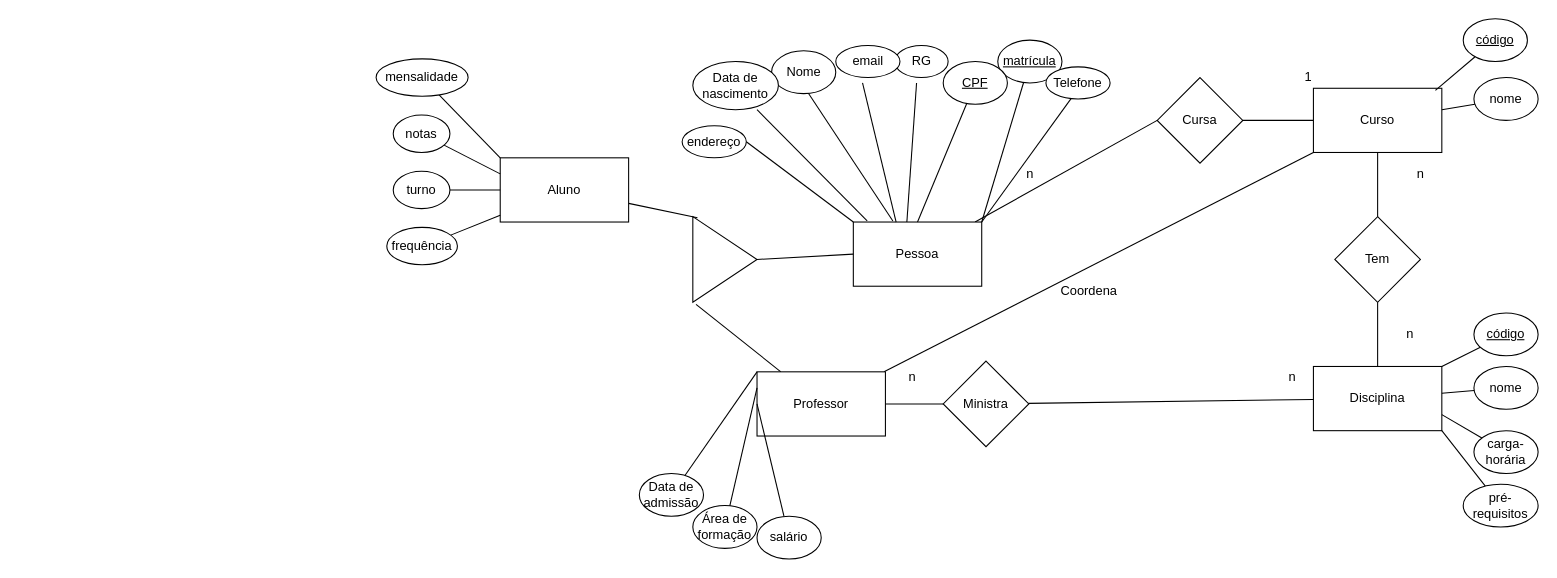
This is diagramas/Diagrama sem nome.drawio from ana-clara-candida/mdc053, a draw.io file, before an edit. Source tidied: cells renumbered, new cells numbered last; positions are measured from the earlier drawing's top-left corner, leaving out a move shared by most shapes. Both pictures are drawn from the tidied source at 107%, with x=0, y=0 at pixel (376, 18).
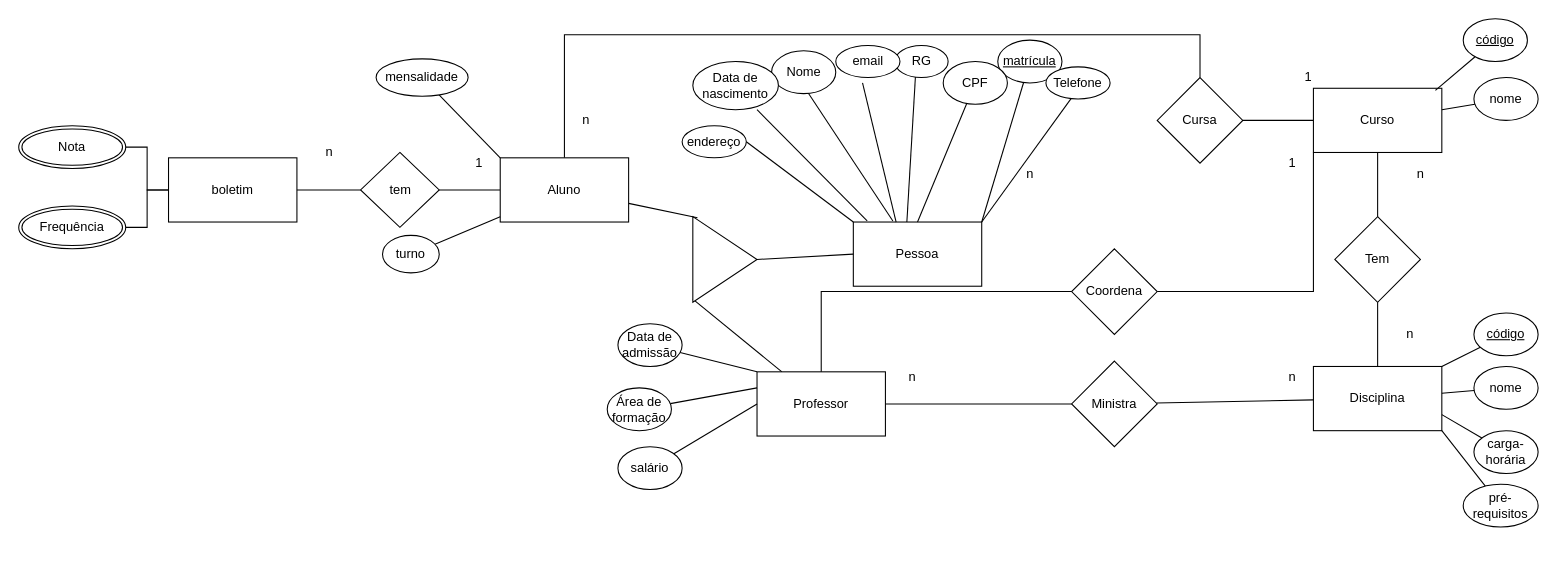
After the change.

Unchanged cells that the change refers to:
```xml
<mxCell id="4" value="Pessoa" style="rounded=0;whiteSpace=wrap;html=1;" parent="1" vertex="1">
  <mxGeometry x="446" y="190" width="120" height="60" as="geometry" />
</mxCell>
<mxCell id="13" value="RG" style="ellipse;whiteSpace=wrap;html=1;direction=west;" parent="1" vertex="1">
  <mxGeometry x="484.6" y="25" width="50" height="30" as="geometry" />
</mxCell>
<mxCell id="15" value="Cursa" style="rhombus;whiteSpace=wrap;html=1;" parent="1" vertex="1">
  <mxGeometry x="730" y="55" width="80" height="80" as="geometry" />
</mxCell>
<mxCell id="17" value="Curso" style="rounded=0;whiteSpace=wrap;html=1;" parent="1" vertex="1">
  <mxGeometry x="876" y="65" width="120" height="60" as="geometry" />
</mxCell>
<mxCell id="39" value="Professor" style="rounded=0;whiteSpace=wrap;html=1;" parent="1" vertex="1">
  <mxGeometry x="356" y="330" width="120" height="60" as="geometry" />
</mxCell>
<mxCell id="50" style="triangle;whiteSpace=wrap;html=1;" parent="1" vertex="1">
  <mxGeometry x="296" y="185" width="60" height="80" as="geometry" />
</mxCell>
<mxCell id="59" value="Aluno" style="rounded=0;whiteSpace=wrap;html=1;" parent="1" vertex="1">
  <mxGeometry x="116" y="130" width="120" height="60" as="geometry" />
</mxCell>
```

The edit, as a diff of the source:
```diff
@@
-    <mxCell id="3" style="edgeStyle=none;rounded=0;jettySize=auto;html=1;entryX=0;entryY=0.5;entryDx=0;entryDy=0;endArrow=none;endFill=0;" parent="1" edge="1" source="4" target="15">
-      <mxGeometry relative="1" as="geometry" />
-    </mxCell>
@@
-    <mxCell id="10" value="&lt;u&gt;CPF&lt;/u&gt;" style="ellipse;whiteSpace=wrap;html=1;direction=west;" parent="1" vertex="1">
+    <mxCell id="10" value="CPF" style="ellipse;whiteSpace=wrap;html=1;direction=west;" parent="1" vertex="1">
       <mxGeometry x="530" y="40" width="60" height="40" as="geometry" />
     </mxCell>
@@
-    <mxCell id="12" style="edgeStyle=none;rounded=0;jettySize=auto;html=1;endArrow=none;endFill=0;entryX=0.417;entryY=0;entryDx=0;entryDy=0;entryPerimeter=0;" parent="1" edge="1" target="4">
-      <mxGeometry relative="1" as="geometry">
-        <mxPoint x="505.1" y="60" as="sourcePoint" />
-      </mxGeometry>
+    <mxCell id="12" style="edgeStyle=none;rounded=0;jettySize=auto;html=1;endArrow=none;endFill=0;entryX=0.417;entryY=0;entryDx=0;entryDy=0;entryPerimeter=0;exitX=0.611;exitY=0.033;exitDx=0;exitDy=0;exitPerimeter=0;" parent="1" edge="1" source="13" target="4">
+      <mxGeometry relative="1" as="geometry" />
     </mxCell>
@@
     <mxCell id="35" value="Ministra" style="rhombus;whiteSpace=wrap;html=1;" parent="1" vertex="1">
-      <mxGeometry x="530" y="320" width="80" height="80" as="geometry" />
+      <mxGeometry x="650" y="320" width="80" height="80" as="geometry" />
     </mxCell>
-    <mxCell id="36" style="edgeStyle=none;rounded=0;jettySize=auto;html=1;endArrow=none;endFill=0;entryX=0.05;entryY=1.025;entryDx=0;entryDy=0;entryPerimeter=0;" parent="1" edge="1" source="39" target="50">
+    <mxCell id="36" style="edgeStyle=none;rounded=0;jettySize=auto;html=1;endArrow=none;endFill=0;entryX=0;entryY=0.963;entryDx=0;entryDy=0;entryPerimeter=0;" parent="1" edge="1" source="39" target="50">
       <mxGeometry relative="1" as="geometry" />
     </mxCell>
@@
-    <mxCell id="38" style="rounded=0;jettySize=auto;html=1;entryX=0;entryY=1;entryDx=0;entryDy=0;endArrow=none;endFill=0;" parent="1" edge="1" source="39" target="17">
-      <mxGeometry relative="1" as="geometry" />
-    </mxCell>
@@
     <mxCell id="53" value="Área de formação" style="ellipse;whiteSpace=wrap;html=1;direction=west;" parent="1" vertex="1">
-      <mxGeometry x="296" y="455" width="60" height="40" as="geometry" />
+      <mxGeometry x="216" y="345" width="60" height="40" as="geometry" />
     </mxCell>
@@
     <mxCell id="55" value="&lt;div&gt;salário&lt;br&gt;&lt;/div&gt;" style="ellipse;whiteSpace=wrap;html=1;direction=west;" parent="1" vertex="1">
-      <mxGeometry x="356" y="465" width="60" height="40" as="geometry" />
+      <mxGeometry x="226" y="400" width="60" height="40" as="geometry" />
     </mxCell>
@@
     <mxCell id="57" value="Data de admissão" style="ellipse;whiteSpace=wrap;html=1;direction=west;" parent="1" vertex="1">
-      <mxGeometry x="246" y="425" width="60" height="40" as="geometry" />
+      <mxGeometry x="226" y="285" width="60" height="40" as="geometry" />
     </mxCell>
@@
+    <mxCell id="70" style="edgeStyle=orthogonalEdgeStyle;rounded=0;jettySize=auto;html=1;entryX=0.5;entryY=0;entryDx=0;entryDy=0;endArrow=none;endFill=0;strokeColor=default;" parent="1" edge="1" source="59" target="15">
+      <mxGeometry relative="1" as="geometry">
+        <Array as="points">
+          <mxPoint x="176" y="15" />
+          <mxPoint x="770" y="15" />
+        </Array>
+      </mxGeometry>
+    </mxCell>
+    <mxCell id="71" style="edgeStyle=orthogonalEdgeStyle;rounded=0;jettySize=auto;html=1;strokeColor=default;endArrow=none;endFill=0;" parent="1" edge="1" source="59" target="80">
+      <mxGeometry relative="1" as="geometry" />
+    </mxCell>
@@
-    <mxCell id="61" style="edgeStyle=none;rounded=0;jettySize=auto;html=1;entryX=0;entryY=0.25;entryDx=0;entryDy=0;endArrow=none;endFill=0;" parent="1" edge="1" source="62" target="59">
-      <mxGeometry relative="1" as="geometry" />
-    </mxCell>
-    <mxCell id="62" value="notas" style="ellipse;whiteSpace=wrap;html=1;" parent="1" vertex="1">
-      <mxGeometry x="16" y="90" width="53" height="35" as="geometry" />
-    </mxCell>
@@
     <mxCell id="64" value="turno" style="ellipse;whiteSpace=wrap;html=1;" parent="1" vertex="1">
-      <mxGeometry x="16" y="142.5" width="53" height="35" as="geometry" />
+      <mxGeometry x="6" y="202.5" width="53" height="35" as="geometry" />
     </mxCell>
-    <mxCell id="65" style="edgeStyle=none;rounded=0;jettySize=auto;html=1;endArrow=none;endFill=0;" parent="1" edge="1" source="66" target="59">
-      <mxGeometry relative="1" as="geometry" />
-    </mxCell>
-    <mxCell id="66" value="frequência" style="ellipse;whiteSpace=wrap;html=1;" parent="1" vertex="1">
-      <mxGeometry x="10" y="195" width="66" height="35" as="geometry" />
-    </mxCell>
@@
+    <mxCell id="72" value="n" style="text;html=1;align=center;verticalAlign=middle;strokeColor=none;fillColor=none;" parent="1" vertex="1">
+      <mxGeometry x="181" y="80" width="30" height="30" as="geometry" />
+    </mxCell>
+    <mxCell id="73" style="edgeStyle=orthogonalEdgeStyle;rounded=0;jettySize=auto;html=1;exitX=1;exitY=0.5;exitDx=0;exitDy=0;entryX=0;entryY=1;entryDx=0;entryDy=0;strokeColor=default;endArrow=none;endFill=0;" parent="1" edge="1" source="69" target="17">
+      <mxGeometry relative="1" as="geometry" />
+    </mxCell>
+    <mxCell id="74" style="edgeStyle=orthogonalEdgeStyle;rounded=0;jettySize=auto;html=1;strokeColor=default;endArrow=none;endFill=0;" parent="1" edge="1" source="69" target="39">
+      <mxGeometry relative="1" as="geometry" />
+    </mxCell>
-    <mxCell id="69" value="Coordena" style="text;html=1;align=center;verticalAlign=middle;points=[];strokeColor=none;fillColor=none;" parent="1" vertex="1">
-      <mxGeometry x="626" y="240" width="80" height="30" as="geometry" />
+    <mxCell id="69" value="Coordena" style="rhombus;whiteSpace=wrap;html=1;fillColor=none;" parent="1" vertex="1">
+      <mxGeometry x="650" y="215" width="80" height="80" as="geometry" />
     </mxCell>
+    <mxCell id="75" value="1" style="text;html=1;align=center;verticalAlign=middle;strokeColor=none;fillColor=none;" parent="1" vertex="1">
+      <mxGeometry x="841" y="120" width="30" height="30" as="geometry" />
+    </mxCell>
+    <mxCell id="76" style="edgeStyle=orthogonalEdgeStyle;rounded=0;jettySize=auto;html=1;entryX=1;entryY=0.5;entryDx=0;entryDy=0;strokeColor=default;endArrow=none;endFill=0;" parent="1" edge="1" source="78" target="83">
+      <mxGeometry relative="1" as="geometry" />
+    </mxCell>
+    <mxCell id="77" style="edgeStyle=orthogonalEdgeStyle;rounded=0;jettySize=auto;html=1;strokeColor=default;endArrow=none;endFill=0;" parent="1" edge="1" source="78" target="84">
+      <mxGeometry relative="1" as="geometry" />
+    </mxCell>
+    <mxCell id="78" value="boletim" style="rounded=0;whiteSpace=wrap;html=1;" parent="1" vertex="1">
+      <mxGeometry x="-194" y="130" width="120" height="60" as="geometry" />
+    </mxCell>
+    <mxCell id="79" style="edgeStyle=orthogonalEdgeStyle;rounded=0;jettySize=auto;html=1;strokeColor=default;endArrow=none;endFill=0;" parent="1" edge="1" source="80" target="78">
+      <mxGeometry relative="1" as="geometry" />
+    </mxCell>
+    <mxCell id="80" value="tem" style="rhombus;whiteSpace=wrap;html=1;fillColor=none;" parent="1" vertex="1">
+      <mxGeometry x="-14.5" y="125" width="73.5" height="70" as="geometry" />
+    </mxCell>
+    <mxCell id="81" value="1" style="text;html=1;align=center;verticalAlign=middle;strokeColor=none;fillColor=none;" parent="1" vertex="1">
+      <mxGeometry x="81" y="120" width="30" height="30" as="geometry" />
+    </mxCell>
+    <mxCell id="82" value="n" style="text;html=1;align=center;verticalAlign=middle;strokeColor=none;fillColor=none;" parent="1" vertex="1">
+      <mxGeometry x="-59" y="110" width="30" height="30" as="geometry" />
+    </mxCell>
+    <mxCell id="83" value="&lt;div&gt;Nota&lt;/div&gt;" style="ellipse;shape=doubleEllipse;margin=3;whiteSpace=wrap;html=1;align=center;fillColor=none;" parent="1" vertex="1">
+      <mxGeometry x="-334" y="100" width="100" height="40" as="geometry" />
+    </mxCell>
+    <mxCell id="84" value="&lt;div&gt;Frequência&lt;br&gt;&lt;/div&gt;" style="ellipse;shape=doubleEllipse;margin=3;whiteSpace=wrap;html=1;align=center;fillColor=none;" parent="1" vertex="1">
+      <mxGeometry x="-334" y="175" width="100" height="40" as="geometry" />
+    </mxCell>
```
